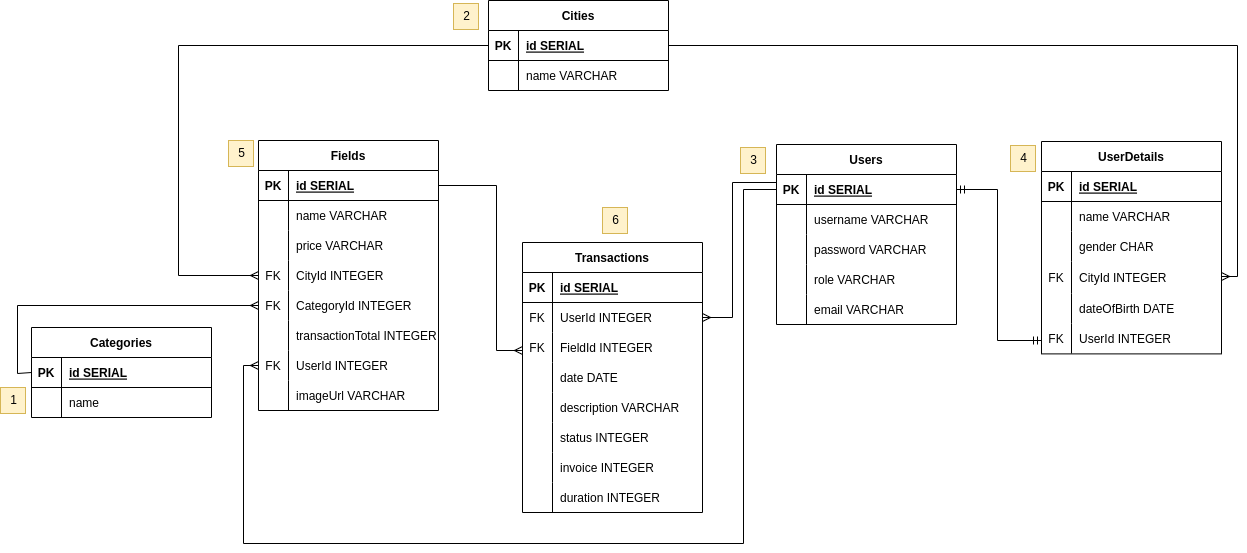
Earlier version of the draw.io export schema_goSport.png (mashayyik/goSport). Source tidied: cells renumbered, new cells last; positions are measured from the earlier drawing's top-left corner, leaving out a move shared by most shapes.
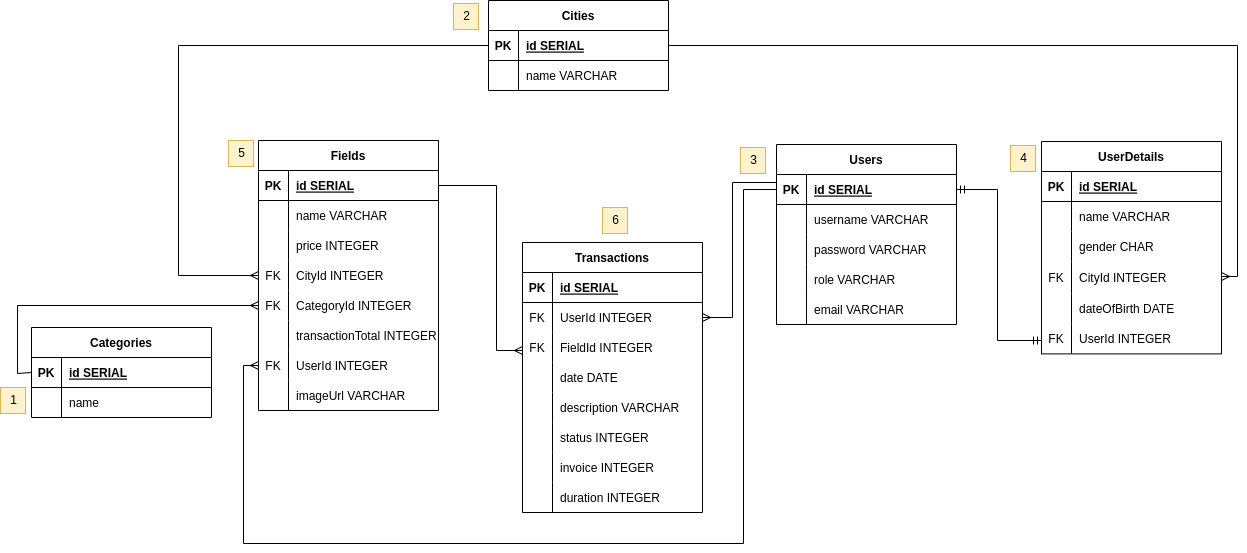
Later version of the same file.

The edit, as a diff of the source:
```diff
@@ -50,7 +50,7 @@
     <mxCell id="17" style="shape=partialRectangle;fillColor=none;top=0;left=0;bottom=0;right=0;overflow=hidden;" parent="16" vertex="1">
       <mxGeometry width="30" height="30" as="geometry" />
     </mxCell>
-    <mxCell id="18" value="price VARCHAR" style="shape=partialRectangle;fillColor=none;top=0;left=0;bottom=0;right=0;align=left;spacingLeft=6;overflow=hidden;" parent="16" vertex="1">
+    <mxCell id="18" value="price INTEGER" style="shape=partialRectangle;fillColor=none;top=0;left=0;bottom=0;right=0;align=left;spacingLeft=6;overflow=hidden;" parent="16" vertex="1">
       <mxGeometry x="30" width="150" height="30" as="geometry" />
     </mxCell>
     <mxCell id="19" style="shape=tableRow;horizontal=0;startSize=0;swimlaneHead=0;swimlaneBody=0;fillColor=none;points=[[0,0.5],[1,0.5]];portConstraint=eastwest;top=0;left=0;right=0;bottom=0;" parent="9" vertex="1">
```
